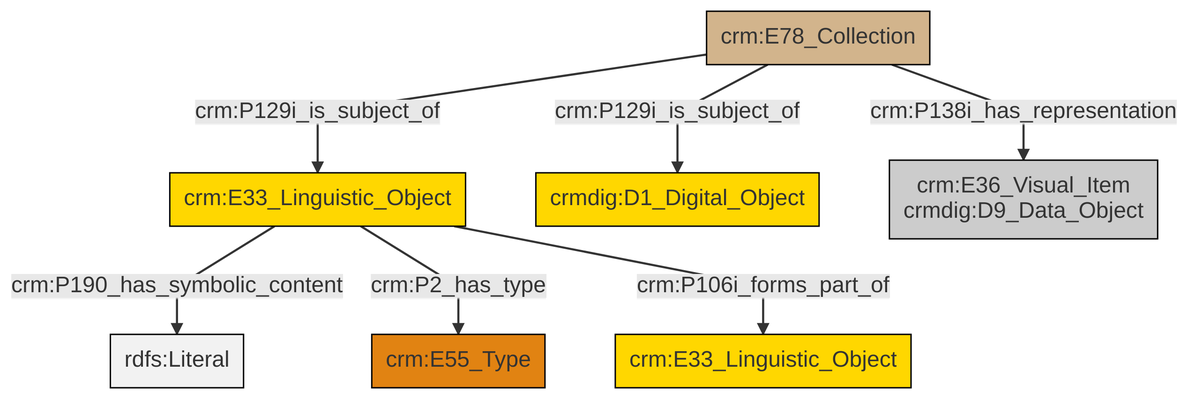
Earlier version of the Mermaid export et/archivalCSV/ttl/mmd/png/archival_docs.png (swiss-art-research-net/docs.swissartresearch). Its source is kept beside it as et/archivalCSV/ttl/mmd/archival_docs.ttl.mmd.
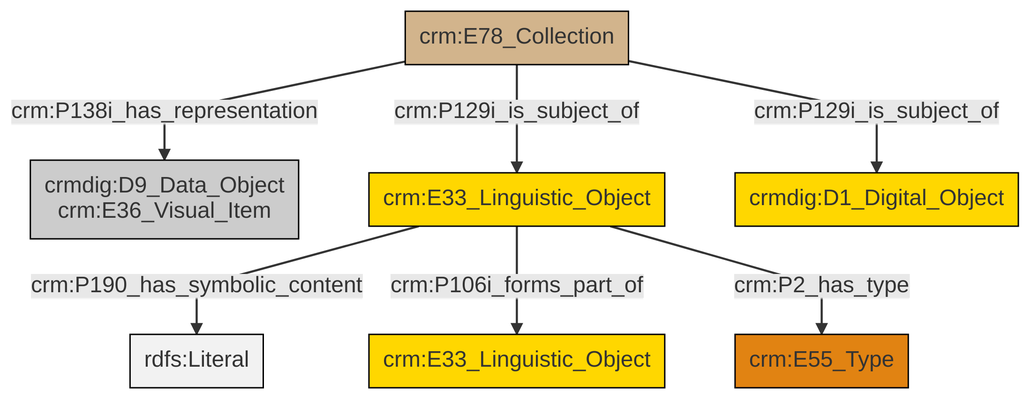
After the commit.

Change to the diagram source:
```diff
@@ -14,8 +14,8 @@
 classDef Multi fill:#cccccc,stroke:#000000;
 
 4["crm:E33_Linguistic_Object"]:::Conceptual_Object -->|crm:P190_has_symbolic_content| 5[rdfs:Literal]:::Literal
-4["crm:E33_Linguistic_Object"]:::Conceptual_Object -->|crm:P2_has_type| 8["crm:E55_Type"]:::Type
-2["crm:E78_Collection"]:::Physical_Thing -->|crm:P138i_has_representation| 10["crm:E36_Visual_Item<br>crmdig:D9_Data_Object"]:::Multi
-2["crm:E78_Collection"]:::Physical_Thing -->|crm:P129i_is_subject_of| 4["crm:E33_Linguistic_Object"]:::Conceptual_Object
-2["crm:E78_Collection"]:::Physical_Thing -->|crm:P129i_is_subject_of| 6["crmdig:D1_Digital_Object"]:::Conceptual_Object
-4["crm:E33_Linguistic_Object"]:::Conceptual_Object -->|crm:P106i_forms_part_of| 0["crm:E33_Linguistic_Object"]:::Conceptual_Object
+4["crm:E33_Linguistic_Object"]:::Conceptual_Object -->|crm:P106i_forms_part_of| 12["crm:E33_Linguistic_Object"]:::Conceptual_Object
+0["crm:E78_Collection"]:::Physical_Thing -->|crm:P129i_is_subject_of| 8["crmdig:D1_Digital_Object"]:::Conceptual_Object
+0["crm:E78_Collection"]:::Physical_Thing -->|crm:P129i_is_subject_of| 4["crm:E33_Linguistic_Object"]:::Conceptual_Object
+4["crm:E33_Linguistic_Object"]:::Conceptual_Object -->|crm:P2_has_type| 6["crm:E55_Type"]:::Type
+0["crm:E78_Collection"]:::Physical_Thing -->|crm:P138i_has_representation| 2["crmdig:D9_Data_Object<br>crm:E36_Visual_Item"]:::Multi
```
